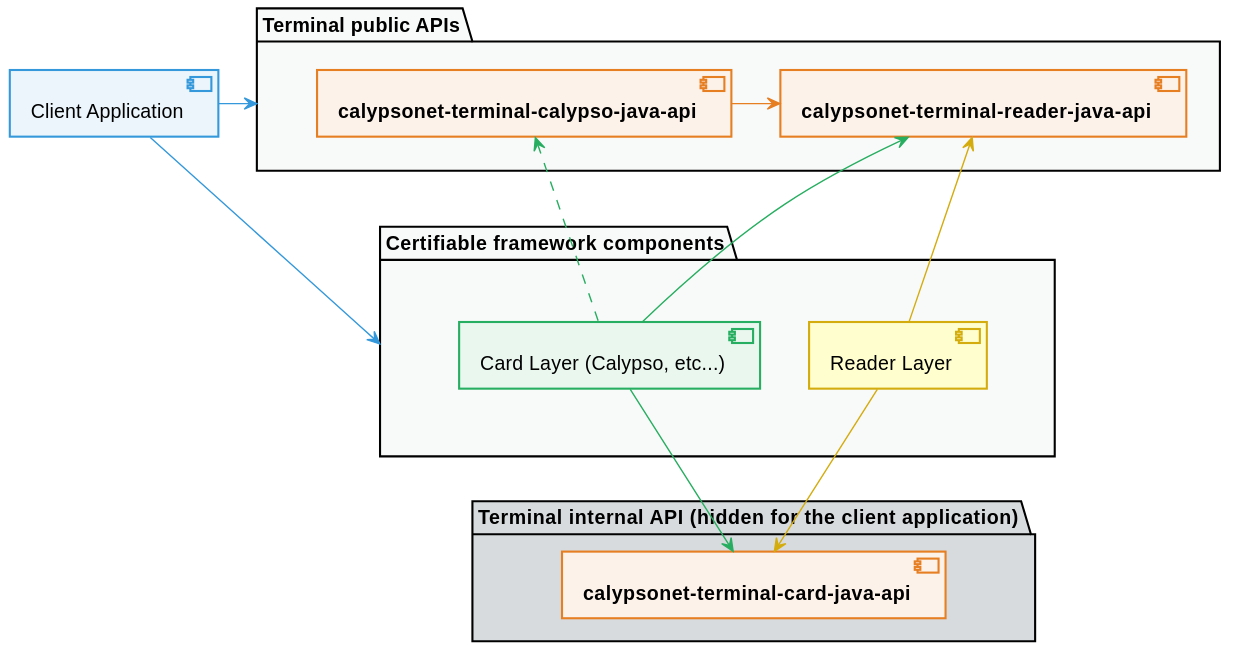
Before: static/media/uml/apis_dependencies_overview.svg, a diagram exported from PlantUML (calypsonet/calypsonet-terminal-api-website). Source of this version:
```plantuml
@startuml


!define C_GREY1 F8F9F9
!define C_GREY2 F2F3F4
!define C_GREY3 E5E7E9
!define C_GREY4 D7DBDD
!define COLOR_YELLOW D4AC0D
!define COLOR_RED E74C3C
!define COLOR_PURPLE 8E44AD
!define COLOR_BLUE 3498DB
!define COLOR_GREEN 27AE60
!define COLOR_ORANGE E67E22
!define COLOR_GREY 2C3E50
skinparam Shadowing false
skinparam component {
    BorderColor #D4AC0D
    BackgroundColor<<red>> #FDEDEC
    BorderColor<<red>> #E74C3C
    BackgroundColor<<purple>> #F4ECF7
    BorderColor<<purple>> #8E44AD
    BackgroundColor<<blue>> #EBF5FB
    BorderColor<<blue>> #3498DB
    BackgroundColor<<green>> #E9F7EF
    BorderColor<<green>> #27AE60
    BackgroundColor<<orange>> #FDF2E9
    BorderColor<<orange>> #E67E22
    BackgroundColor<<grey>> #EAECEE
    BorderColor<<grey>> #2C3E50
}
skinparam interface {
    BorderColor #D4AC0D
    BackgroundColor<<red>> #FDEDEC
    BorderColor<<red>> #E74C3C
    BackgroundColor<<purple>> #F4ECF7
    BorderColor<<purple>> #8E44AD
    BackgroundColor<<blue>> #EBF5FB
    BorderColor<<blue>> #3498DB
    BackgroundColor<<green>> #E9F7EF
    BorderColor<<green>> #27AE60
    BackgroundColor<<orange>> #FDF2E9
    BorderColor<<orange>> #E67E22
    BackgroundColor<<grey>> #EAECEE
    BorderColor<<grey>> #2C3E50
}
hide <<red>> stereotype
hide <<purple>> stereotype
hide <<blue>> stereotype
hide <<green>> stereotype
hide <<orange>> stereotype
hide <<grey>> stereotype


[Client Application] as application <<blue>>

package "Terminal public APIs" as packCalypsonetPublic #C_GREY1 {
    [**calypsonet-terminal-reader-java-api**] as readerApi <<orange>>
    [**calypsonet-terminal-calypso-java-api**] as calypsoApi <<orange>>
}
package "Terminal internal API  (hidden for the client application)" as packCalypsonetPrivate #C_GREY4 {
    [**calypsonet-terminal-card-java-api**] as cardApi <<orange>>
}
package "Certifiable framework components" as packMain #C_GREY1 {
    together {
        [Card Layer (Calypso, etc...)] as extension <<green>>
        [Reader Layer] as service
    }
}


application -right-> packCalypsonetPublic #COLOR_BLUE
application --> packMain #COLOR_BLUE

calypsoApi -right-> readerApi #COLOR_ORANGE

extension --> cardApi #COLOR_GREEN
extension -up-> readerApi #COLOR_GREEN
extension .up.> calypsoApi #COLOR_GREEN

service -up-> readerApi #COLOR_YELLOW
service --> cardApi #COLOR_YELLOW


@enduml
```
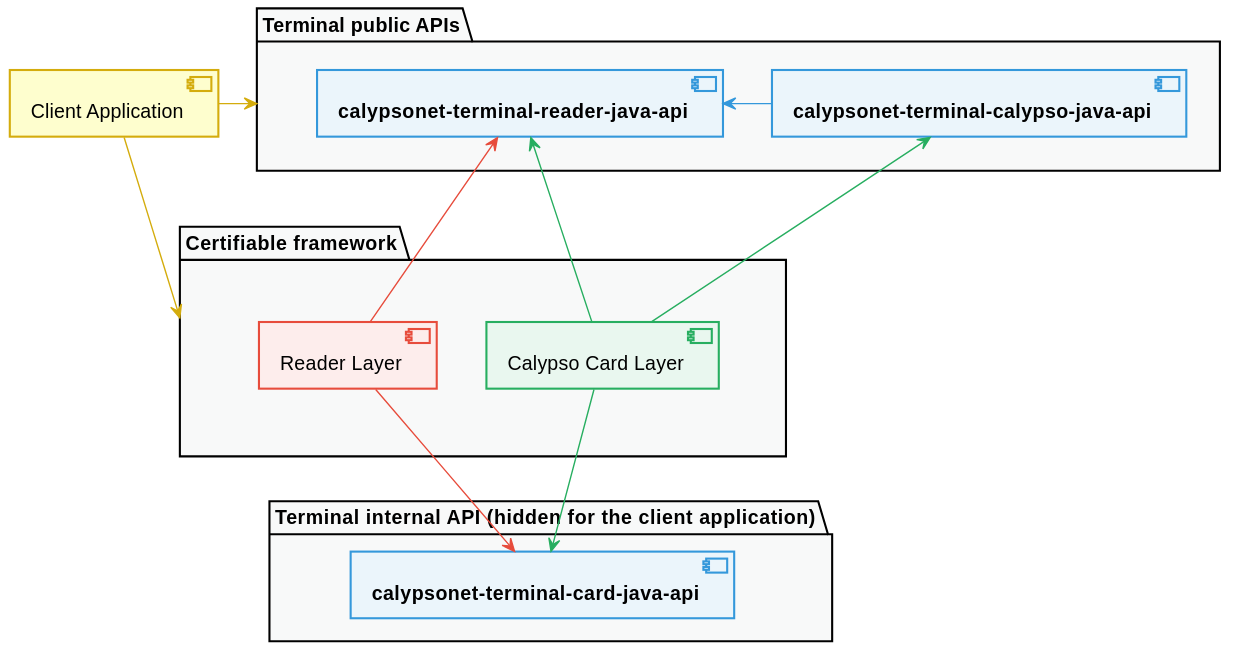
The same file after the commit.

The edit, as a diff of the source:
```diff
@@ -51,34 +51,33 @@
 hide <<grey>> stereotype
 
 
-[Client Application] as application <<blue>>
-
+[Client Application] as application
 package "Terminal public APIs" as packCalypsonetPublic #C_GREY1 {
-    [**calypsonet-terminal-reader-java-api**] as readerApi <<orange>>
-    [**calypsonet-terminal-calypso-java-api**] as calypsoApi <<orange>>
+    [**calypsonet-terminal-reader-java-api**] as readerApi <<blue>>
+    [**calypsonet-terminal-calypso-java-api**] as calypsoApi <<blue>>
 }
-package "Terminal internal API  (hidden for the client application)" as packCalypsonetPrivate #C_GREY4 {
-    [**calypsonet-terminal-card-java-api**] as cardApi <<orange>>
+package "Certifiable framework" as packMain #C_GREY1 {
+    together {
+        [Calypso Card Layer] as cardLayer <<green>>
+        [Reader Layer] as readerLayer <<red>>
+    }
 }
-package "Certifiable framework components" as packMain #C_GREY1 {
-    together {
-        [Card Layer (Calypso, etc...)] as extension <<green>>
-        [Reader Layer] as service
-    }
+package "Terminal internal API  (hidden for the client application)" as packCalypsonetPrivate #C_GREY1 {
+    [**calypsonet-terminal-card-java-api**] as cardApi <<blue>>
 }
 
 
-application -right-> packCalypsonetPublic #COLOR_BLUE
-application --> packMain #COLOR_BLUE
+application -right-> packCalypsonetPublic #COLOR_YELLOW
+application --> packMain #COLOR_YELLOW
 
-calypsoApi -right-> readerApi #COLOR_ORANGE
+calypsoApi -left-> readerApi #COLOR_BLUE
 
-extension --> cardApi #COLOR_GREEN
-extension -up-> readerApi #COLOR_GREEN
-extension .up.> calypsoApi #COLOR_GREEN
+cardLayer --> cardApi #COLOR_GREEN
+cardLayer -up-> readerApi #COLOR_GREEN
+cardLayer -up-> calypsoApi #COLOR_GREEN
 
-service -up-> readerApi #COLOR_YELLOW
-service --> cardApi #COLOR_YELLOW
+readerLayer -up-> readerApi #COLOR_RED
+readerLayer --> cardApi #COLOR_RED
 
 
 @enduml
```
